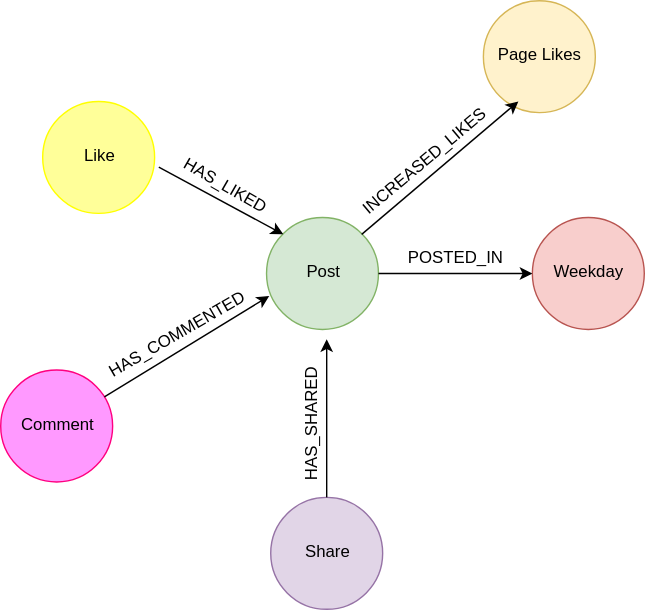
Earlier version of the draw.io export figures/data-model.svg (tpcyprianos/reproducibility-research). Source tidied: cells renumbered, new cells last; positions are measured from the earlier drawing's top-left corner, leaving out a move shared by most shapes.
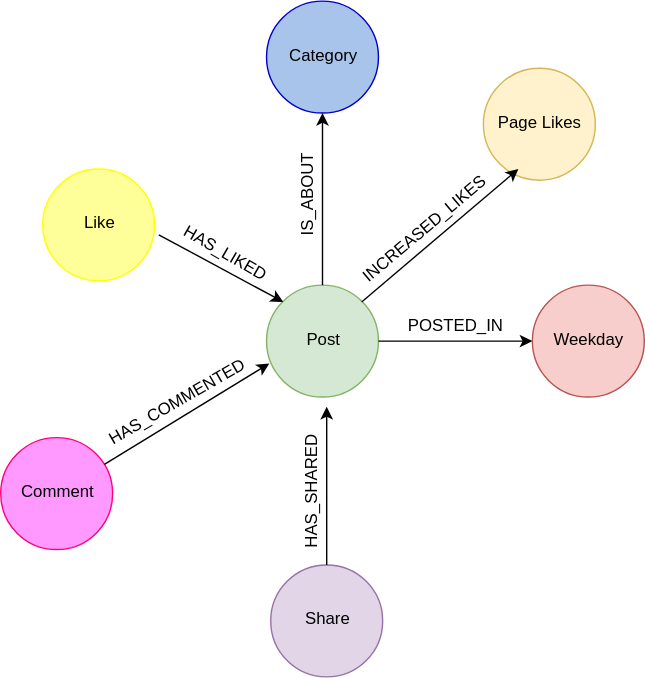
The same diagram one commit later.

The edit, as a diff of the source:
```diff
@@ -53,5 +53,14 @@
     <mxCell id="18" value="INCREASED_LIKES" style="text;html=1;strokeColor=none;fillColor=none;align=center;verticalAlign=middle;whiteSpace=wrap;rotation=-40;" parent="1" vertex="1">
       <mxGeometry x="283" y="106" width="40" height="20" as="geometry" />
     </mxCell>
+    <mxCell id="19" value="Category" style="ellipse;whiteSpace=wrap;html=1;fillColor=#A9C4EB;strokeColor=#0000CC;" parent="1" vertex="1">
+      <mxGeometry x="190" y="-48" width="80" height="80" as="geometry" />
+    </mxCell>
+    <mxCell id="20" value="IS_ABOUT" style="text;html=1;strokeColor=none;fillColor=none;align=center;verticalAlign=middle;whiteSpace=wrap;rotation=-90;" parent="1" vertex="1">
+      <mxGeometry x="181" y="81" width="80" height="20" as="geometry" />
+    </mxCell>
+    <mxCell id="21" style="endArrow=classic;html=1;exitX=0.5;exitY=0;entryX=0.5;entryY=1;" parent="1" edge="1" source="2" target="19">
+      <mxGeometry relative="1" as="geometry" />
+    </mxCell>
   </root>
 </mxGraphModel>
```
